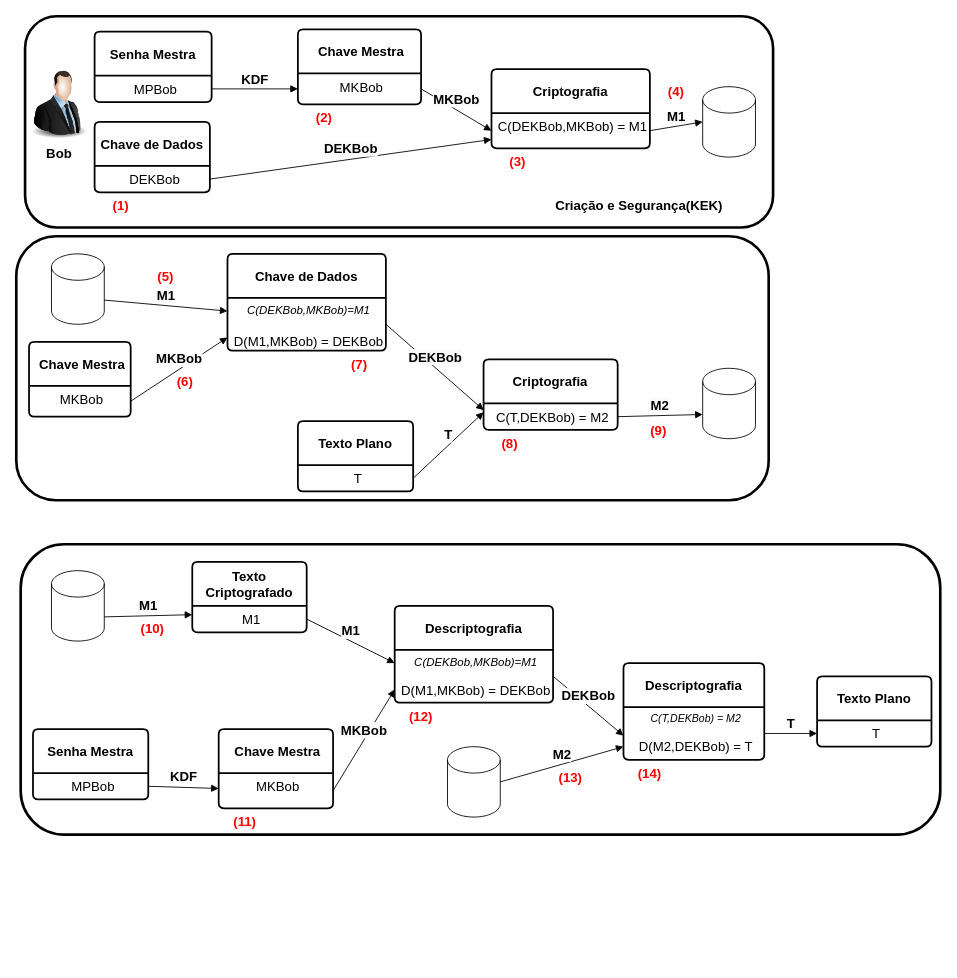
This is conceitos/img/kek.drawio from abreuferr/criptografia, a draw.io file, before an edit. Source tidied: cells renumbered, new cells numbered last; positions are measured from the earlier drawing's top-left corner, leaving out a move shared by most shapes. Both pictures are drawn from the tidied source at 88%, with x=0, y=0 at pixel (16, 16).
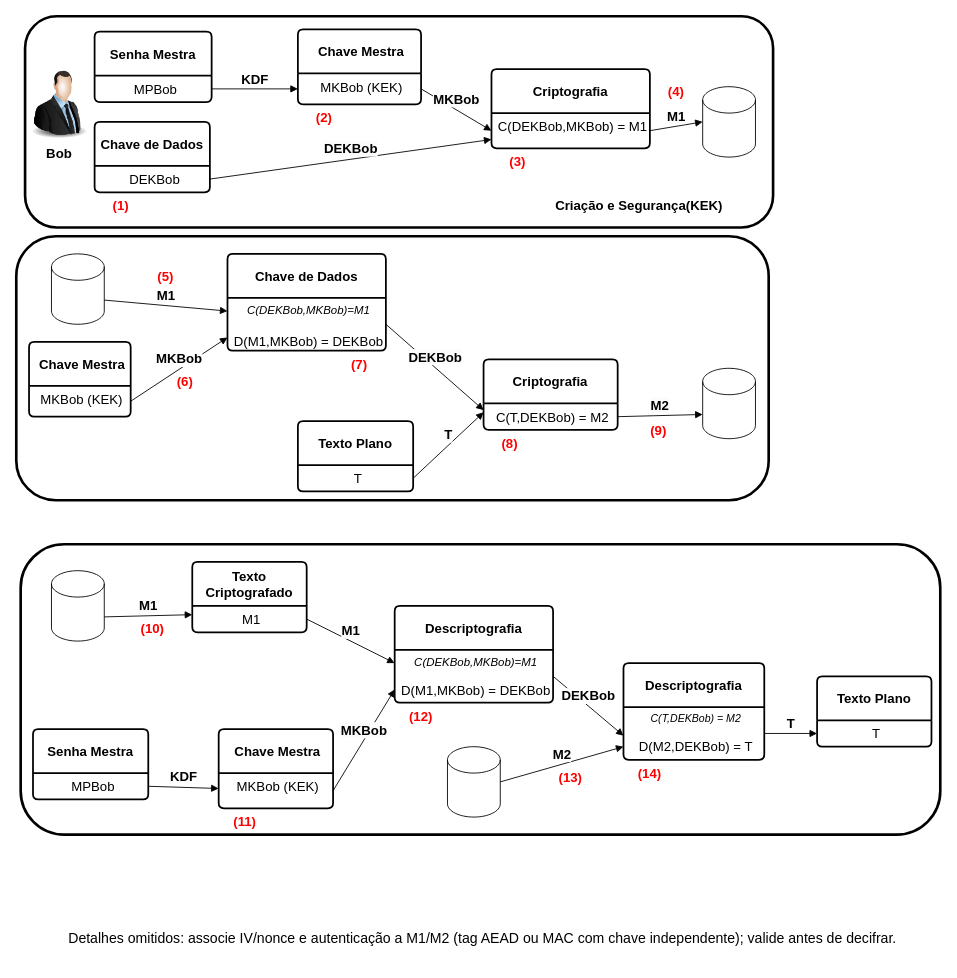
Above is the later version.

Commit message (it also covers changes not shown here):
Esclarece diagrama do conceito KEK

Unchanged cells that the change refers to:
```xml
<mxCell id="13" value="&lt;span style=&quot;font-size: 15px;&quot;&gt;&lt;b&gt;&amp;nbsp;Chave Mestra&lt;/b&gt;&lt;/span&gt;" style="swimlane;horizontal=1;startSize=50;rounded=1;fontSize=14;fontStyle=0;strokeWidth=2;shadow=0;dashed=0;align=center;arcSize=4;whiteSpace=wrap;html=1;" parent="1" vertex="1">
  <mxGeometry x="320" y="15" width="140" height="85" as="geometry" />
</mxCell>
<mxCell id="24" value="&lt;b style=&quot;font-size: 15px;&quot;&gt;&amp;nbsp;Chave Mestra&lt;/b&gt;" style="swimlane;horizontal=1;startSize=50;rounded=1;fontSize=14;fontStyle=0;strokeWidth=2;shadow=0;dashed=0;align=center;arcSize=4;whiteSpace=wrap;html=1;" parent="1" vertex="1">
  <mxGeometry x="230" y="810" width="130" height="90" as="geometry" />
</mxCell>
<mxCell id="52" value="&lt;span style=&quot;font-size: 15px;&quot;&gt;&lt;b&gt;&amp;nbsp;Chave Mestra&lt;/b&gt;&lt;/span&gt;" style="swimlane;horizontal=1;startSize=50;rounded=1;fontSize=14;fontStyle=0;strokeWidth=2;shadow=0;dashed=0;align=center;arcSize=4;whiteSpace=wrap;html=1;" parent="1" vertex="1">
  <mxGeometry x="14.5" y="370" width="115.5" height="85" as="geometry" />
</mxCell>
```

Change to the diagram source:
```diff
@@
-    <mxCell id="14" value="&lt;span style=&quot;font-size: 15px;&quot;&gt;MKBob&lt;/span&gt;" style="align=center;strokeColor=none;fillColor=none;spacingLeft=4;fontSize=12;verticalAlign=top;html=1;" parent="13" vertex="1">
+    <mxCell id="14" value="&lt;span style=&quot;font-size: 15px;&quot;&gt;MKBob (KEK)&lt;/span&gt;" style="align=center;strokeColor=none;fillColor=none;spacingLeft=4;fontSize=12;verticalAlign=top;html=1;" parent="13" vertex="1">
       <mxGeometry y="50" width="140" height="35" as="geometry" />
     </mxCell>
@@
-    <mxCell id="25" value="&lt;span style=&quot;font-size: 15px;&quot;&gt;MKBob&lt;/span&gt;" style="align=center;strokeColor=none;fillColor=none;spacingLeft=4;fontSize=12;verticalAlign=top;html=1;" parent="24" vertex="1">
+    <mxCell id="25" value="&lt;span style=&quot;font-size: 15px;&quot;&gt;MKBob (KEK)&lt;/span&gt;" style="align=center;strokeColor=none;fillColor=none;spacingLeft=4;fontSize=12;verticalAlign=top;html=1;" parent="24" vertex="1">
       <mxGeometry y="50" width="130" height="40" as="geometry" />
     </mxCell>
@@
-    <mxCell id="53" value="&lt;span style=&quot;font-size: 15px;&quot;&gt;MKBob&lt;/span&gt;" style="align=center;strokeColor=none;fillColor=none;spacingLeft=4;fontSize=12;verticalAlign=top;html=1;" parent="52" vertex="1">
+    <mxCell id="53" value="&lt;span style=&quot;font-size: 15px;&quot;&gt;MKBob (KEK)&lt;/span&gt;" style="align=center;strokeColor=none;fillColor=none;spacingLeft=4;fontSize=12;verticalAlign=top;html=1;" parent="52" vertex="1">
       <mxGeometry y="50" width="115.5" height="35" as="geometry" />
     </mxCell>
@@
+    <mxCell id="76" value="&lt;span style=&quot;font-size: 16px;&quot;&gt;Detalhes omitidos: associe IV/nonce e autenticação a M1/M2 (tag AEAD ou MAC com chave independente); valide antes de decifrar.&lt;/span&gt;" style="text;html=1;align=center;verticalAlign=middle;whiteSpace=wrap;rounded=0;fontSize=16;" parent="1" vertex="1">
+      <mxGeometry x="20" y="1020" width="1020" height="55" as="geometry" />
+    </mxCell>
```
